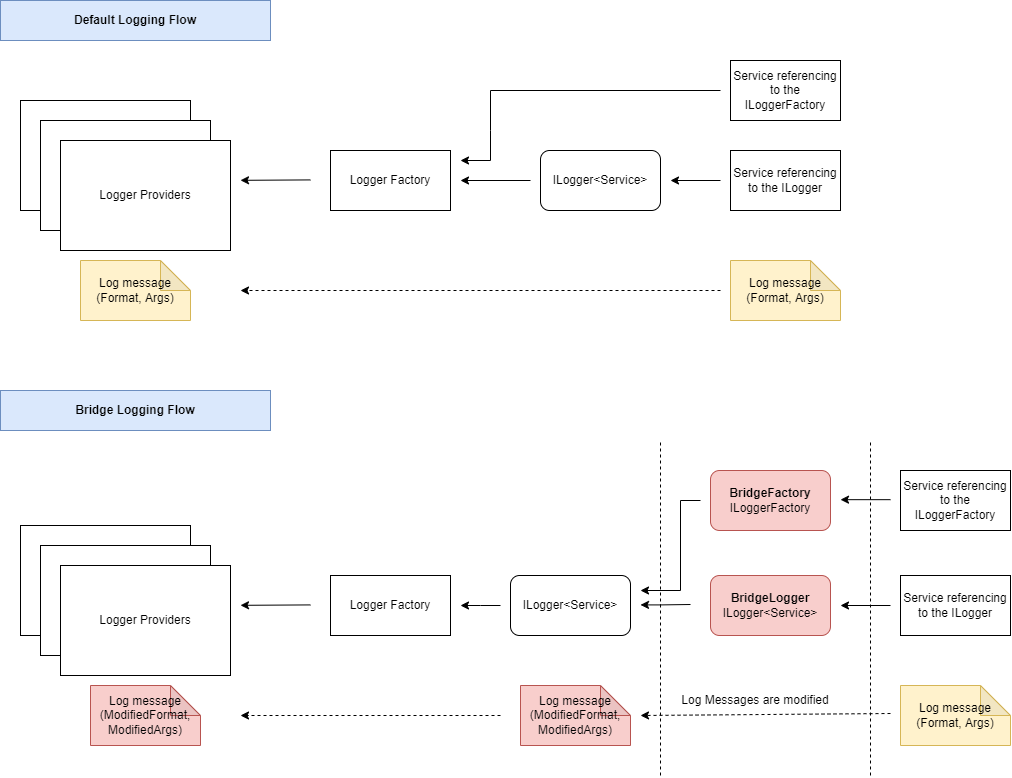
This is Doc/bridge_iilustration.png from VanDng/BridgeLogger, a draw.io export, as it was before one commit. Source tidied: cells renumbered, new cells last; positions are measured from the earlier drawing's top-left corner, leaving out a move shared by most shapes.
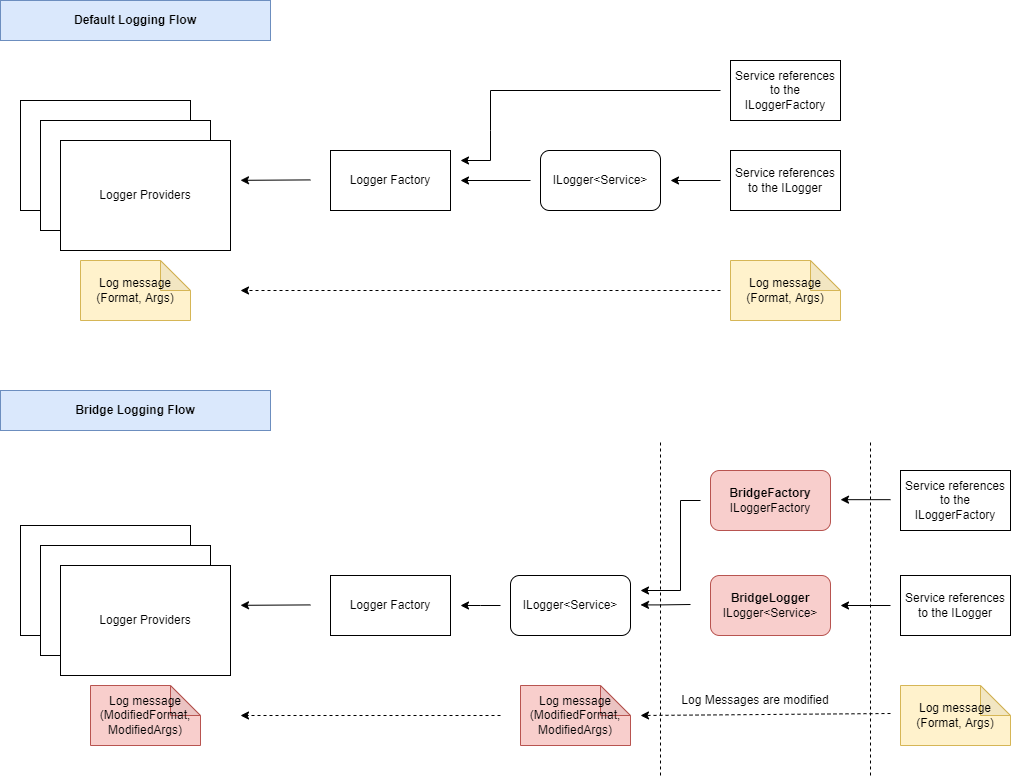
The same file after the commit.

Change to the diagram source:
```diff
@@ -26,7 +26,7 @@
         <mxPoint x="460" y="180" as="targetPoint" />
       </mxGeometry>
     </mxCell>
-    <mxCell id="8" value="Service referencing to the ILogger" style="rounded=0;whiteSpace=wrap;html=1;" parent="1" vertex="1">
+    <mxCell id="8" value="Service references to the ILogger" style="rounded=0;whiteSpace=wrap;html=1;" parent="1" vertex="1">
       <mxGeometry x="730" y="150" width="110" height="60" as="geometry" />
     </mxCell>
     <mxCell id="9" value="ILogger&amp;lt;Service&amp;gt;" style="rounded=1;whiteSpace=wrap;html=1;" parent="1" vertex="1">
@@ -77,7 +77,7 @@
         </Array>
       </mxGeometry>
     </mxCell>
-    <mxCell id="20" value="Service referencing to the ILogger" style="rounded=0;whiteSpace=wrap;html=1;" parent="1" vertex="1">
+    <mxCell id="20" value="Service references to the ILogger" style="rounded=0;whiteSpace=wrap;html=1;" parent="1" vertex="1">
       <mxGeometry x="900" y="575" width="110" height="60" as="geometry" />
     </mxCell>
     <mxCell id="21" value="&lt;b&gt;BridgeLogger&lt;/b&gt;&lt;br&gt;ILogger&amp;lt;Service&amp;gt;" style="rounded=1;whiteSpace=wrap;html=1;fillColor=#f8cecc;strokeColor=#b85450;" parent="1" vertex="1">
@@ -146,7 +146,7 @@
     <mxCell id="35" value="&lt;b&gt;BridgeFactory&lt;/b&gt;&lt;br&gt;ILoggerFactory" style="rounded=1;whiteSpace=wrap;html=1;fillColor=#f8cecc;strokeColor=#b85450;" parent="1" vertex="1">
       <mxGeometry x="710" y="470" width="120" height="60" as="geometry" />
     </mxCell>
-    <mxCell id="36" value="Service referencing to the ILoggerFactory" style="rounded=0;whiteSpace=wrap;html=1;" parent="1" vertex="1">
+    <mxCell id="36" value="Service references to the ILoggerFactory" style="rounded=0;whiteSpace=wrap;html=1;" parent="1" vertex="1">
       <mxGeometry x="900" y="470" width="110" height="60" as="geometry" />
     </mxCell>
     <mxCell id="37" style="endArrow=classic;html=1;rounded=0;" parent="1" edge="1">
@@ -165,7 +165,7 @@
         </Array>
       </mxGeometry>
     </mxCell>
-    <mxCell id="39" value="Service referencing to the ILoggerFactory" style="rounded=0;whiteSpace=wrap;html=1;" parent="1" vertex="1">
+    <mxCell id="39" value="Service references to the ILoggerFactory" style="rounded=0;whiteSpace=wrap;html=1;" parent="1" vertex="1">
       <mxGeometry x="730" y="60" width="110" height="60" as="geometry" />
     </mxCell>
     <mxCell id="40" style="endArrow=classic;html=1;rounded=0;" parent="1" edge="1">
```
